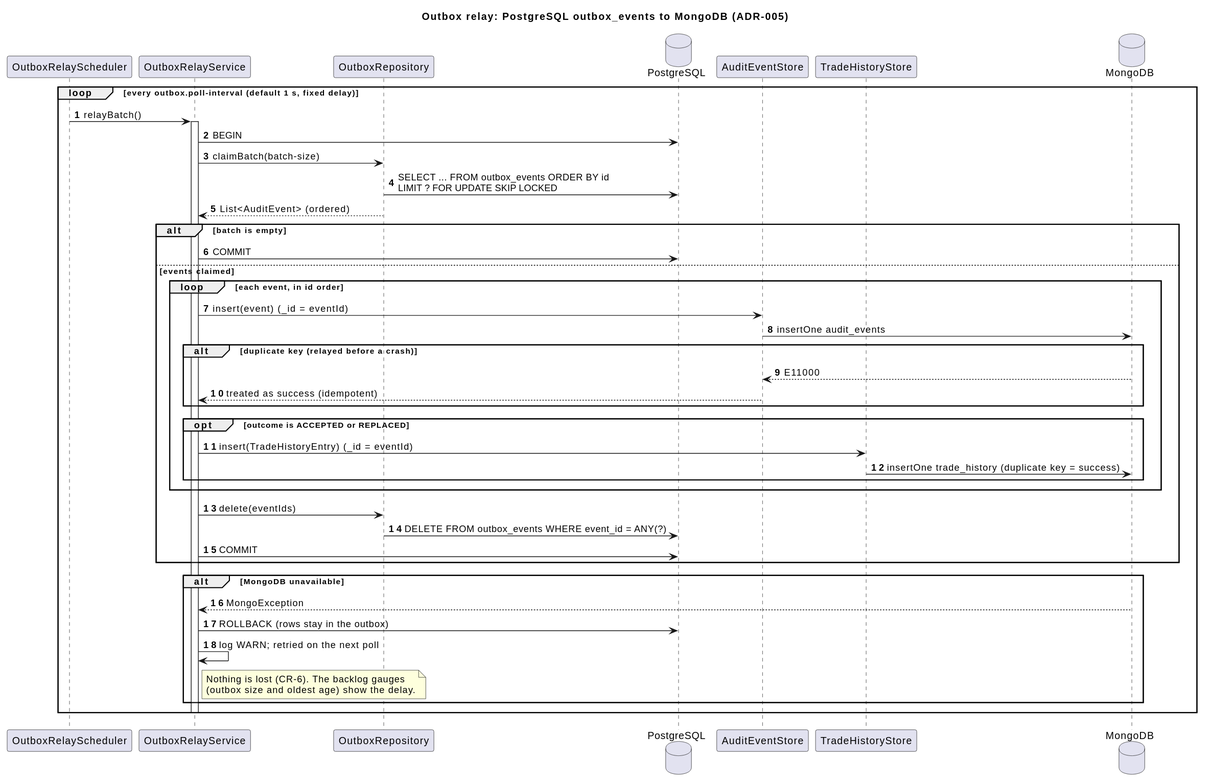
kuldipkumar/Trade-store keeps this PlantUML diagram as docs/diagrams/out/05-seq-outbox-relay.svg. Above is the earlier version. Its diagram source:
```plantuml
@startuml
title Outbox relay: PostgreSQL outbox_events to MongoDB (ADR-005)

autonumber
participant OutboxRelayScheduler
participant OutboxRelayService
participant OutboxRepository
database PostgreSQL
participant AuditEventStore
participant TradeHistoryStore
database MongoDB

loop every outbox.poll-interval (default 1 s, fixed delay)
  OutboxRelayScheduler -> OutboxRelayService : relayBatch()
  activate OutboxRelayService
  OutboxRelayService -> PostgreSQL : BEGIN
  OutboxRelayService -> OutboxRepository : claimBatch(batch-size)
  OutboxRepository -> PostgreSQL : SELECT ... FROM outbox_events ORDER BY id\nLIMIT ? FOR UPDATE SKIP LOCKED
  OutboxRepository --> OutboxRelayService : List<AuditEvent> (ordered)

  alt batch is empty
    OutboxRelayService -> PostgreSQL : COMMIT
  else events claimed
    loop each event, in id order
      OutboxRelayService -> AuditEventStore : insert(event)  (_id = eventId)
      AuditEventStore -> MongoDB : insertOne audit_events
      alt duplicate key (relayed before a crash)
        MongoDB --> AuditEventStore : E11000
        AuditEventStore --> OutboxRelayService : treated as success (idempotent)
      end
      opt outcome is ACCEPTED or REPLACED
        OutboxRelayService -> TradeHistoryStore : insert(TradeHistoryEntry)  (_id = eventId)
        TradeHistoryStore -> MongoDB : insertOne trade_history (duplicate key = success)
      end
    end
    OutboxRelayService -> OutboxRepository : delete(eventIds)
    OutboxRepository -> PostgreSQL : DELETE FROM outbox_events WHERE event_id = ANY(?)
    OutboxRelayService -> PostgreSQL : COMMIT
  end

  alt MongoDB unavailable
    MongoDB --> OutboxRelayService : MongoException
    OutboxRelayService -> PostgreSQL : ROLLBACK (rows stay in the outbox)
    OutboxRelayService -> OutboxRelayService : log WARN; retried on the next poll
    note right of OutboxRelayService
      Nothing is lost (CR-6). The backlog gauges
      (outbox size and oldest age) show the delay.
    end note
  end
  deactivate OutboxRelayService
end
@enduml
```
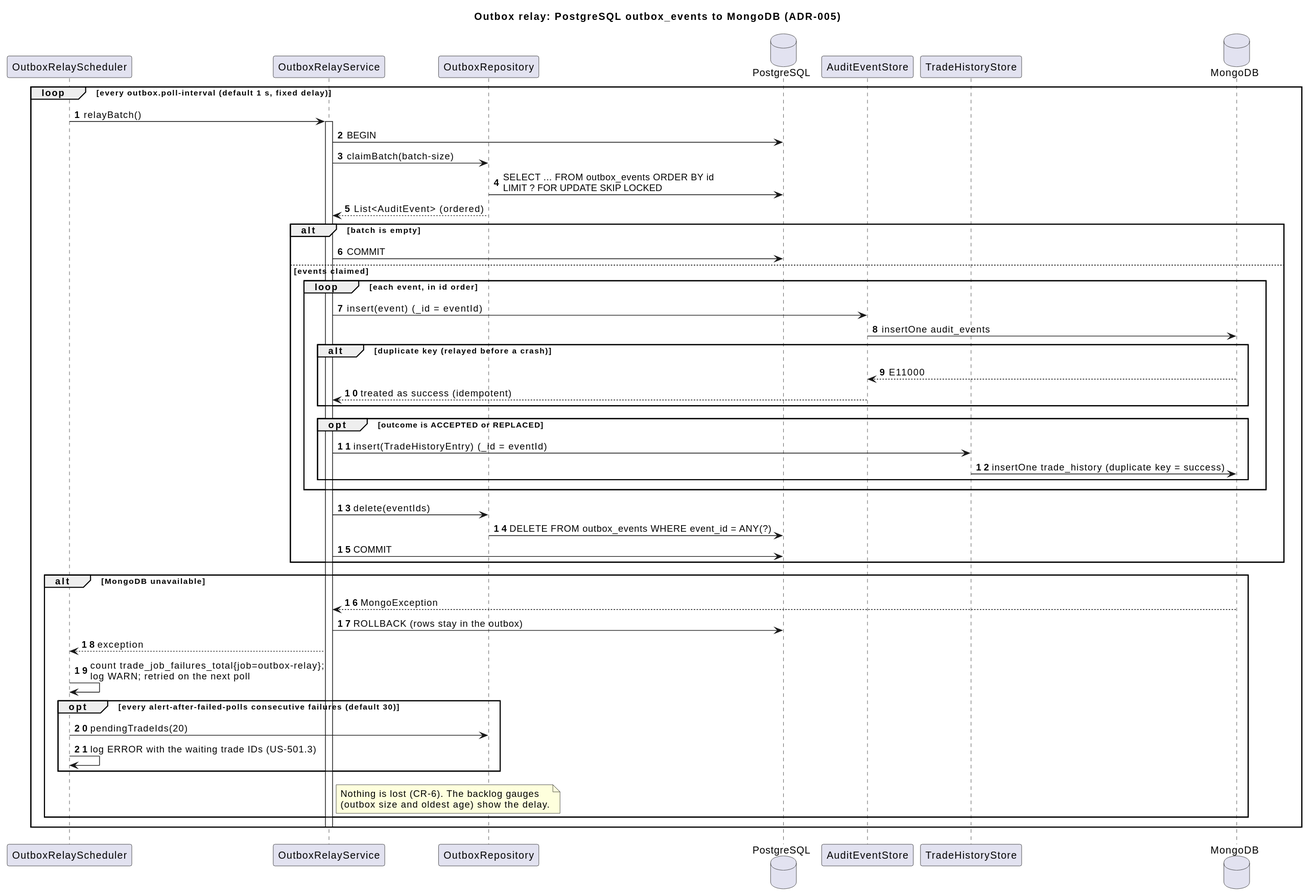
The same file after the commit.

What changed in the source:
```diff
@@ -41,7 +41,12 @@
   alt MongoDB unavailable
     MongoDB --> OutboxRelayService : MongoException
     OutboxRelayService -> PostgreSQL : ROLLBACK (rows stay in the outbox)
-    OutboxRelayService -> OutboxRelayService : log WARN; retried on the next poll
+    OutboxRelayService --> OutboxRelayScheduler : exception
+    OutboxRelayScheduler -> OutboxRelayScheduler : count trade_job_failures_total{job=outbox-relay};\nlog WARN; retried on the next poll
+    opt every alert-after-failed-polls consecutive failures (default 30)
+      OutboxRelayScheduler -> OutboxRepository : pendingTradeIds(20)
+      OutboxRelayScheduler -> OutboxRelayScheduler : log ERROR with the waiting trade IDs (US-501.3)
+    end
     note right of OutboxRelayService
       Nothing is lost (CR-6). The backlog gauges
       (outbox size and oldest age) show the delay.
```
